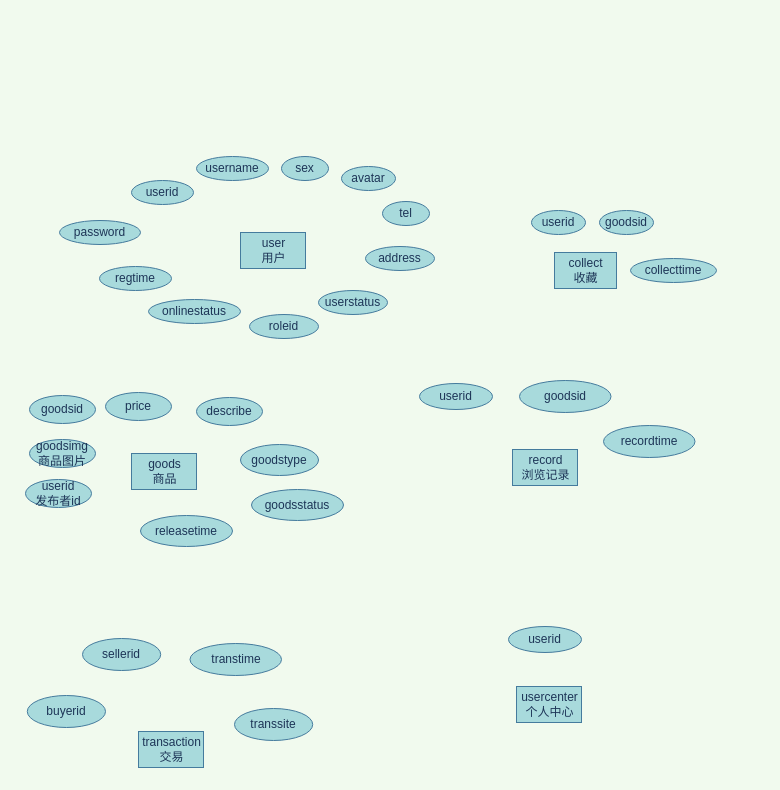
Above: 跳蚤市场数据库ER图.drawio in 200928/image (draw.io), before the change. Source tidied: cells renumbered, new cells numbered last; positions are measured from the earlier drawing's top-left corner, leaving out a move shared by most shapes. Both pictures are drawn from the tidied source at 100%, with x=0, y=0 at pixel (25, 156).
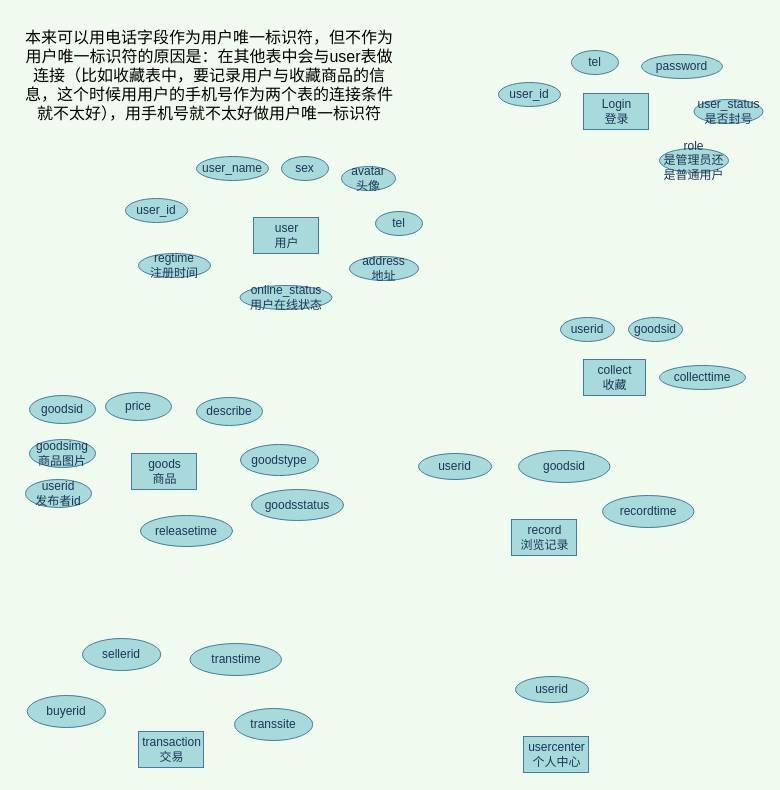
Above is the later version.

Commit message:
更新跳蚤市场数据库ER图.drawio

Change to the diagram source:
```diff
@@
     <mxCell id="2" value="user&lt;br&gt;用户" style="html=1;fillColor=#A8DADC;strokeColor=#457B9D;fontColor=#1D3557;" parent="1" vertex="1">
-      <mxGeometry x="215" y="76" width="65" height="36" as="geometry" />
+      <mxGeometry x="228" y="61" width="65" height="36" as="geometry" />
     </mxCell>
     <mxCell id="3" value="collect&lt;br&gt;收藏" style="html=1;fillColor=#A8DADC;strokeColor=#457B9D;fontColor=#1D3557;" parent="1" vertex="1">
-      <mxGeometry x="529" y="96" width="62" height="36" as="geometry" />
+      <mxGeometry x="558" y="203" width="62" height="36" as="geometry" />
     </mxCell>
-    <mxCell id="4" value="userid" style="ellipse;whiteSpace=wrap;html=1;rounded=0;sketch=0;fontColor=#1D3557;strokeColor=#457B9D;fillColor=#A8DADC;" parent="1" vertex="1">
-      <mxGeometry x="106" y="24" width="62" height="24" as="geometry" />
+    <mxCell id="4" value="user_id" style="ellipse;whiteSpace=wrap;html=1;rounded=0;sketch=0;fontColor=#1D3557;strokeColor=#457B9D;fillColor=#A8DADC;" parent="1" vertex="1">
+      <mxGeometry x="100" y="42" width="62" height="24" as="geometry" />
     </mxCell>
-    <mxCell id="5" value="username" style="ellipse;whiteSpace=wrap;html=1;rounded=0;sketch=0;fontColor=#1D3557;strokeColor=#457B9D;fillColor=#A8DADC;" parent="1" vertex="1">
+    <mxCell id="5" value="user_name" style="ellipse;whiteSpace=wrap;html=1;rounded=0;sketch=0;fontColor=#1D3557;strokeColor=#457B9D;fillColor=#A8DADC;" parent="1" vertex="1">
       <mxGeometry x="171" width="72" height="24" as="geometry" />
     </mxCell>
     <mxCell id="6" value="tel" style="ellipse;whiteSpace=wrap;html=1;rounded=0;sketch=0;fontColor=#1D3557;strokeColor=#457B9D;fillColor=#A8DADC;" parent="1" vertex="1">
-      <mxGeometry x="357" y="45" width="47" height="24" as="geometry" />
+      <mxGeometry x="350" y="55" width="47" height="24" as="geometry" />
     </mxCell>
-    <mxCell id="7" value="address" style="ellipse;whiteSpace=wrap;html=1;rounded=0;sketch=0;fontColor=#1D3557;strokeColor=#457B9D;fillColor=#A8DADC;" parent="1" vertex="1">
-      <mxGeometry x="340" y="90" width="69" height="24" as="geometry" />
+    <mxCell id="7" value="address&lt;br&gt;地址" style="ellipse;whiteSpace=wrap;html=1;rounded=0;sketch=0;fontColor=#1D3557;strokeColor=#457B9D;fillColor=#A8DADC;" parent="1" vertex="1">
+      <mxGeometry x="324" y="100" width="69" height="24" as="geometry" />
     </mxCell>
@@
-    <mxCell id="9" value="avatar" style="ellipse;whiteSpace=wrap;html=1;rounded=0;sketch=0;fontColor=#1D3557;strokeColor=#457B9D;fillColor=#A8DADC;" parent="1" vertex="1">
+    <mxCell id="9" value="avatar&lt;br&gt;头像" style="ellipse;whiteSpace=wrap;html=1;rounded=0;sketch=0;fontColor=#1D3557;strokeColor=#457B9D;fillColor=#A8DADC;" parent="1" vertex="1">
       <mxGeometry x="316" y="10" width="54" height="24" as="geometry" />
     </mxCell>
-    <mxCell id="10" value="regtime" style="ellipse;whiteSpace=wrap;html=1;rounded=0;sketch=0;fontColor=#1D3557;strokeColor=#457B9D;fillColor=#A8DADC;" parent="1" vertex="1">
-      <mxGeometry x="74" y="110" width="72" height="24" as="geometry" />
+    <mxCell id="10" value="regtime&lt;br&gt;注册时间" style="ellipse;whiteSpace=wrap;html=1;rounded=0;sketch=0;fontColor=#1D3557;strokeColor=#457B9D;fillColor=#A8DADC;" parent="1" vertex="1">
+      <mxGeometry x="113" y="97" width="72" height="24" as="geometry" />
     </mxCell>
-    <mxCell id="11" value="onlinestatus" style="ellipse;whiteSpace=wrap;html=1;rounded=0;sketch=0;fontColor=#1D3557;strokeColor=#457B9D;fillColor=#A8DADC;" parent="1" vertex="1">
-      <mxGeometry x="123" y="143" width="92" height="24" as="geometry" />
+    <mxCell id="11" value="online_status&lt;br&gt;用户在线状态" style="ellipse;whiteSpace=wrap;html=1;rounded=0;sketch=0;fontColor=#1D3557;strokeColor=#457B9D;fillColor=#A8DADC;" parent="1" vertex="1">
+      <mxGeometry x="214.5" y="129" width="92" height="24" as="geometry" />
     </mxCell>
-    <mxCell id="12" value="userstatus" style="ellipse;whiteSpace=wrap;html=1;rounded=0;sketch=0;fontColor=#1D3557;strokeColor=#457B9D;fillColor=#A8DADC;" parent="1" vertex="1">
-      <mxGeometry x="293" y="134" width="69" height="24" as="geometry" />
+    <mxCell id="12" value="user_status&lt;br&gt;是否封号" style="ellipse;whiteSpace=wrap;html=1;rounded=0;sketch=0;fontColor=#1D3557;strokeColor=#457B9D;fillColor=#A8DADC;" parent="1" vertex="1">
+      <mxGeometry x="668.5" y="-57" width="69" height="24" as="geometry" />
     </mxCell>
     <mxCell id="13" value="userid" style="ellipse;whiteSpace=wrap;html=1;rounded=0;sketch=0;fontColor=#1D3557;strokeColor=#457B9D;fillColor=#A8DADC;" parent="1" vertex="1">
-      <mxGeometry x="506" y="54" width="54" height="24" as="geometry" />
+      <mxGeometry x="535" y="161" width="54" height="24" as="geometry" />
     </mxCell>
     <mxCell id="14" value="goodsid" style="ellipse;whiteSpace=wrap;html=1;rounded=0;sketch=0;fontColor=#1D3557;strokeColor=#457B9D;fillColor=#A8DADC;" parent="1" vertex="1">
-      <mxGeometry x="574" y="54" width="54" height="24" as="geometry" />
+      <mxGeometry x="603" y="161" width="54" height="24" as="geometry" />
     </mxCell>
     <mxCell id="15" value="collecttime" style="ellipse;whiteSpace=wrap;html=1;rounded=0;sketch=0;fontColor=#1D3557;strokeColor=#457B9D;fillColor=#A8DADC;" parent="1" vertex="1">
-      <mxGeometry x="605" y="102" width="86" height="24" as="geometry" />
+      <mxGeometry x="634" y="209" width="86" height="24" as="geometry" />
     </mxCell>
@@
     <mxCell id="17" value="record&lt;br&gt;浏览记录" style="html=1;fillColor=#A8DADC;strokeColor=#457B9D;fontColor=#1D3557;" parent="1" vertex="1">
-      <mxGeometry x="487" y="293" width="65" height="36" as="geometry" />
+      <mxGeometry x="486" y="363" width="65" height="36" as="geometry" />
     </mxCell>
@@
     <mxCell id="30" value="goodsid" style="ellipse;whiteSpace=wrap;html=1;rounded=0;sketch=0;fontColor=#1D3557;strokeColor=#457B9D;fillColor=#A8DADC;" parent="1" vertex="1">
-      <mxGeometry x="494" y="224" width="91.5" height="32" as="geometry" />
+      <mxGeometry x="493" y="294" width="91.5" height="32" as="geometry" />
     </mxCell>
     <mxCell id="31" value="userid" style="ellipse;whiteSpace=wrap;html=1;rounded=0;sketch=0;fontColor=#1D3557;strokeColor=#457B9D;fillColor=#A8DADC;" parent="1" vertex="1">
-      <mxGeometry x="394" y="227" width="73" height="26" as="geometry" />
+      <mxGeometry x="393" y="297" width="73" height="26" as="geometry" />
     </mxCell>
     <mxCell id="32" value="recordtime" style="ellipse;whiteSpace=wrap;html=1;rounded=0;sketch=0;fontColor=#1D3557;strokeColor=#457B9D;fillColor=#A8DADC;" parent="1" vertex="1">
-      <mxGeometry x="578" y="269" width="91.5" height="32" as="geometry" />
+      <mxGeometry x="577" y="339" width="91.5" height="32" as="geometry" />
     </mxCell>
     <mxCell id="33" value="usercenter&lt;br&gt;个人中心" style="html=1;fillColor=#A8DADC;strokeColor=#457B9D;fontColor=#1D3557;" parent="1" vertex="1">
-      <mxGeometry x="491" y="530" width="65" height="36" as="geometry" />
+      <mxGeometry x="498" y="580" width="65" height="36" as="geometry" />
     </mxCell>
     <mxCell id="34" value="userid" style="ellipse;whiteSpace=wrap;html=1;rounded=0;sketch=0;fontColor=#1D3557;strokeColor=#457B9D;fillColor=#A8DADC;" parent="1" vertex="1">
-      <mxGeometry x="483" y="470" width="73" height="26" as="geometry" />
+      <mxGeometry x="490" y="520" width="73" height="26" as="geometry" />
     </mxCell>
@@
-    <mxCell id="36" value="roleid" style="ellipse;whiteSpace=wrap;html=1;rounded=0;sketch=0;fontColor=#1D3557;strokeColor=#457B9D;fillColor=#A8DADC;" parent="1" vertex="1">
-      <mxGeometry x="224" y="158" width="69" height="24" as="geometry" />
+    <mxCell id="36" value="role&lt;br&gt;是管理员还是普通用户" style="ellipse;whiteSpace=wrap;html=1;rounded=0;sketch=0;fontColor=#1D3557;strokeColor=#457B9D;fillColor=#A8DADC;" parent="1" vertex="1">
+      <mxGeometry x="634" y="-8" width="69" height="24" as="geometry" />
     </mxCell>
     <mxCell id="37" value="password" style="ellipse;whiteSpace=wrap;html=1;rounded=0;sketch=0;fontColor=#1D3557;strokeColor=#457B9D;fillColor=#A8DADC;" parent="1" vertex="1">
-      <mxGeometry x="34" y="64" width="81" height="24" as="geometry" />
+      <mxGeometry x="616" y="-102" width="81" height="24" as="geometry" />
     </mxCell>
+    <mxCell id="38" value="Login&lt;br&gt;登录" style="html=1;fillColor=#A8DADC;strokeColor=#457B9D;fontColor=#1D3557;" parent="1" vertex="1">
+      <mxGeometry x="558" y="-63" width="65" height="36" as="geometry" />
+    </mxCell>
+    <mxCell id="39" value="tel" style="ellipse;whiteSpace=wrap;html=1;rounded=0;sketch=0;fontColor=#1D3557;strokeColor=#457B9D;fillColor=#A8DADC;" parent="1" vertex="1">
+      <mxGeometry x="546" y="-106" width="47" height="24" as="geometry" />
+    </mxCell>
+    <mxCell id="40" value="user_id" style="ellipse;whiteSpace=wrap;html=1;rounded=0;sketch=0;fontColor=#1D3557;strokeColor=#457B9D;fillColor=#A8DADC;" parent="1" vertex="1">
+      <mxGeometry x="473" y="-74" width="62" height="24" as="geometry" />
+    </mxCell>
+    <mxCell id="41" value="&lt;font style=&quot;font-size: 16px&quot;&gt;本来可以用电话字段作为用户唯一标识符，但不作为用户唯一标识符的原因是：在其他表中会与user表做连接（比如收藏表中，要记录用户与收藏商品的信息，这个时候用用户的手机号作为两个表的连接条件就不太好），用手机号就不太好做用户唯一标识符&lt;/font&gt;" style="text;html=1;strokeColor=none;fillColor=none;align=center;verticalAlign=middle;whiteSpace=wrap;rounded=0;" parent="1" vertex="1">
+      <mxGeometry x="-8" y="-139" width="383.8" height="116" as="geometry" />
+    </mxCell>
```
